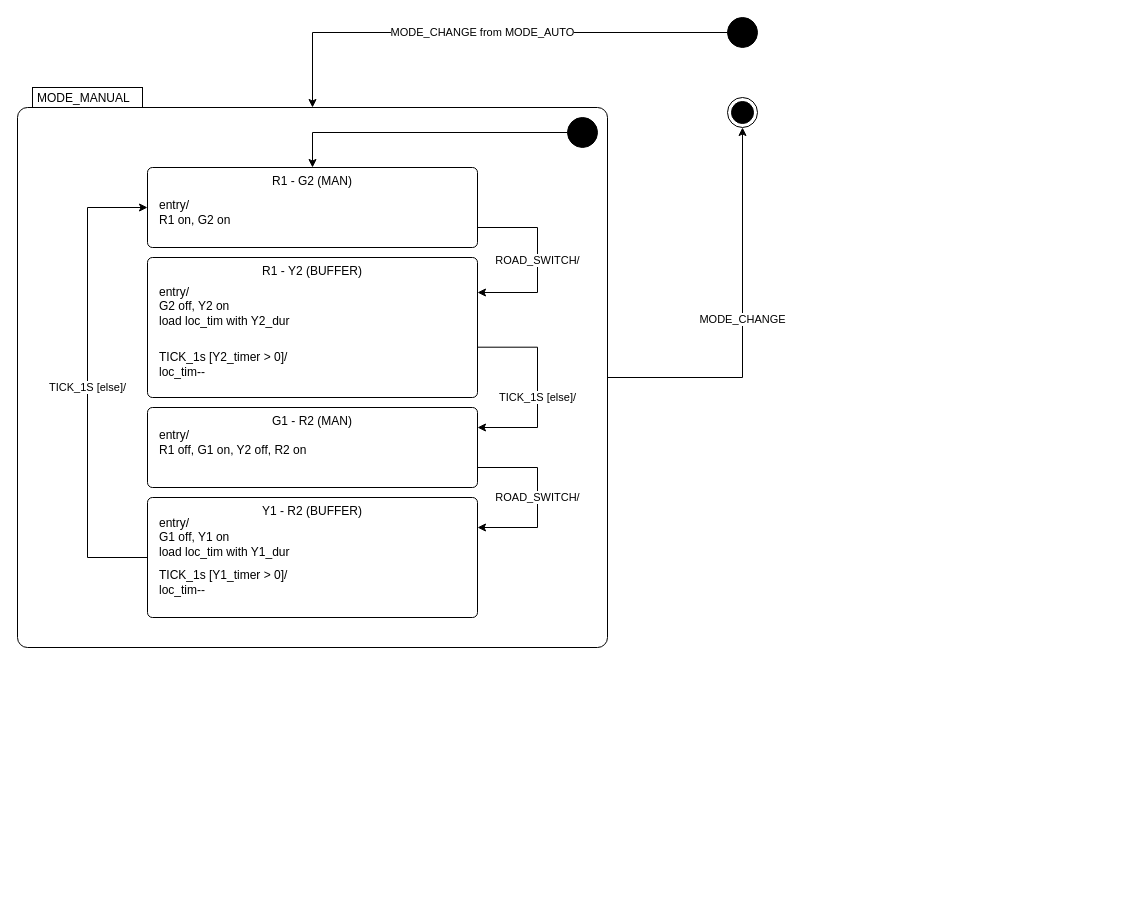
Above: page "fsm_manual_uml" (5 of 7) of Drafts/traffic_fsm.drawio in trananhtuhcmut/traffic_light_mcmp-assignment (draw.io), before the change. Source tidied: cells renumbered, new cells numbered last; positions are measured from the earlier drawing's top-left corner, leaving out a move shared by most shapes. Both pictures are drawn from the tidied source at 100%, with x=0, y=0 at pixel (17, 17).
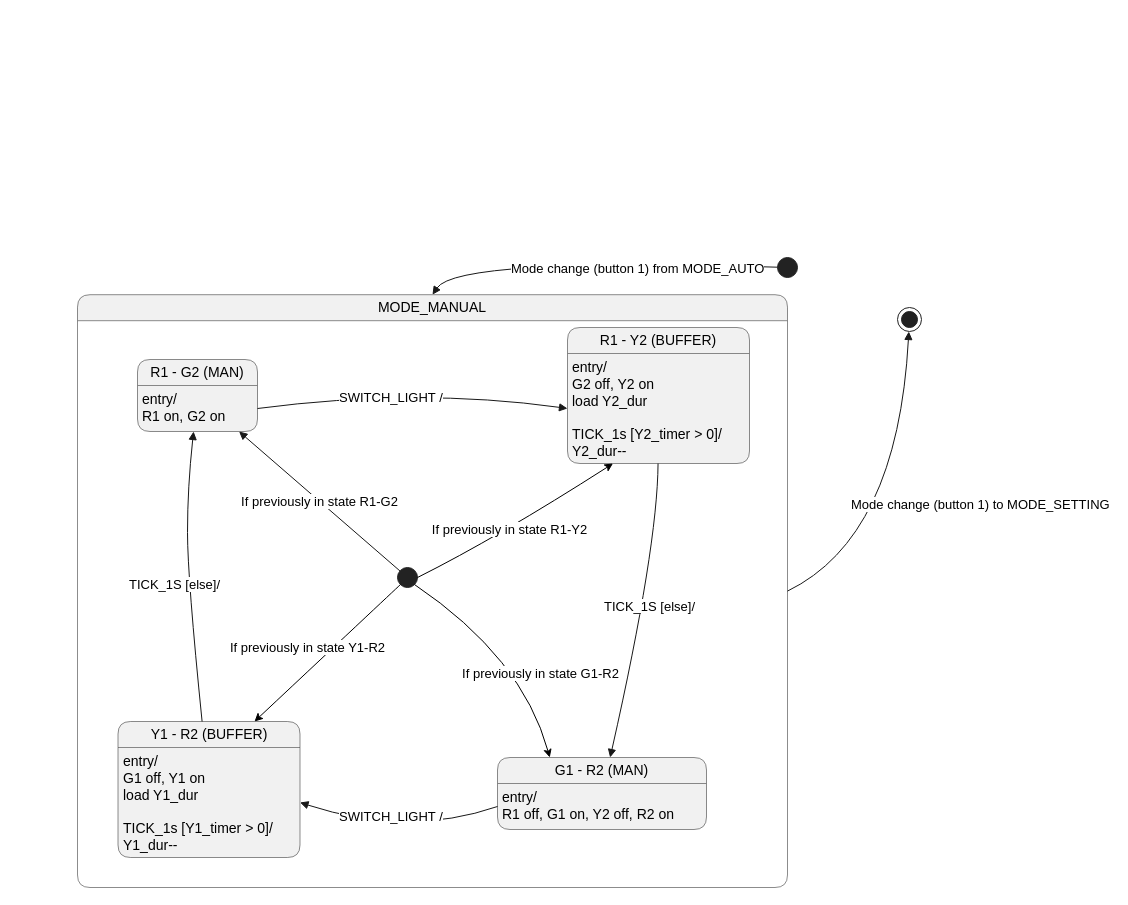
Above is the later version.

Change to the diagram source:
```diff
@@
-    <mxCell id="2" value="MODE_CHANGE" style="edgeStyle=orthogonalEdgeStyle;rounded=0;jettySize=auto;html=1;exitX=1;exitY=0.5;exitDx=0;exitDy=10;exitPerimeter=0;entryX=0.5;entryY=1;entryDx=0;entryDy=0;defaultLabelBackgroundColor=page;" parent="1" edge="1" source="3" target="11">
-      <mxGeometry relative="1" as="geometry" />
-    </mxCell>
+    <mxCell id="25" style="group;transparentBounds=1;editIcon=1;lockedGroup=0;groupPadding=10;" parent="1" vertex="1">
+      <mxGeometry x="200" y="170" as="geometry" />
+    </mxCell>
+    <mxCell id="26" style="ellipse;fillColor=#222222;strokeColor=#222222;" parent="25" vertex="1">
+      <mxGeometry x="560" y="70" width="20" height="20" as="geometry" />
+    </mxCell>
-    <mxCell id="3" value="MODE_MANUAL" style="shape=mxgraph.sysml.compState;html=1;align=left;verticalAlign=top;spacingTop=-3;spacingLeft=18;" parent="1" vertex="1">
-      <mxGeometry y="70" width="590" height="560" as="geometry" />
+    <mxCell id="3" value="MODE_MANUAL" style="swimlane;startSize=26;fillColor=#F1F1F1;swimlaneFillColor=#FFFFFF;strokeColor=#181818;strokeWidth=0.5;rounded=1;absoluteArcSize=1;arcSize=25;whiteSpace=wrap;align=center;html=1;fontSize=14;fontStyle=0;" parent="25" vertex="1">
+      <mxGeometry x="-140" y="107.2" width="710" height="592.8" as="geometry" />
     </mxCell>
-    <mxCell id="4" value="ROAD_SWITCH/" style="edgeStyle=orthogonalEdgeStyle;rounded=0;jettySize=auto;html=1;exitX=1;exitY=0.75;exitDx=0;exitDy=0;entryX=1;entryY=0.25;entryDx=0;entryDy=0;defaultLabelBackgroundColor=page;" parent="1" edge="1" source="21" target="14">
-      <mxGeometry x="0.01" relative="1" as="geometry">
-        <Array as="points">
-          <mxPoint x="520" y="210.3" />
-          <mxPoint x="520" y="274.9" />
-        </Array>
-      </mxGeometry>
-    </mxCell>
-    <mxCell id="5" value="ROAD_SWITCH/" style="edgeStyle=orthogonalEdgeStyle;rounded=0;jettySize=auto;html=1;exitX=1;exitY=0.75;exitDx=0;exitDy=0;entryX=1;entryY=0.25;entryDx=0;entryDy=0;defaultLabelBackgroundColor=page;" parent="1" edge="1" source="23" target="18">
-      <mxGeometry relative="1" as="geometry">
-        <Array as="points">
-          <mxPoint x="520" y="449.9" />
-          <mxPoint x="520" y="510.3" />
-        </Array>
-      </mxGeometry>
-    </mxCell>
-    <mxCell id="6" value="TICK_1S [else]/" style="edgeStyle=orthogonalEdgeStyle;rounded=0;jettySize=auto;html=1;exitX=1;exitY=0.75;exitDx=0;exitDy=0;entryX=1;entryY=0.25;entryDx=0;entryDy=0;defaultLabelBackgroundColor=page;" parent="1" edge="1" source="14" target="23">
-      <mxGeometry x="0.17" relative="1" as="geometry">
-        <Array as="points">
-          <mxPoint x="460" y="329.7" />
-          <mxPoint x="520" y="329.7" />
-          <mxPoint x="520" y="410" />
-        </Array>
-      </mxGeometry>
-    </mxCell>
-    <mxCell id="7" value="TICK_1S [else]/" style="edgeStyle=orthogonalEdgeStyle;rounded=0;jettySize=auto;html=1;exitX=0;exitY=0.5;exitDx=0;exitDy=0;entryX=0;entryY=0.5;entryDx=0;entryDy=0;defaultLabelBackgroundColor=page;" parent="1" edge="1" source="18" target="21">
-      <mxGeometry x="-0.02" relative="1" as="geometry">
-        <Array as="points">
-          <mxPoint x="70" y="540" />
-          <mxPoint x="70" y="190" />
-        </Array>
-      </mxGeometry>
-    </mxCell>
-    <mxCell id="8" style="edgeStyle=orthogonalEdgeStyle;rounded=0;jettySize=auto;html=1;exitX=0;exitY=0.5;exitDx=0;exitDy=0;entryX=0.5;entryY=0;entryDx=0;entryDy=0;defaultLabelBackgroundColor=page;" parent="1" edge="1" source="9" target="21">
-      <mxGeometry relative="1" as="geometry" />
-    </mxCell>
-    <mxCell id="9" style="ellipse;fillColor=strokeColor;html=1;" parent="1" vertex="1">
-      <mxGeometry x="550" y="100" width="30" height="30" as="geometry" />
-    </mxCell>
-    <mxCell id="10" style="ellipse;fillColor=strokeColor;html=1;" parent="1" vertex="1">
-      <mxGeometry x="710" width="30" height="30" as="geometry" />
-    </mxCell>
-    <mxCell id="11" style="ellipse;html=1;shape=endState;fillColor=strokeColor;" parent="1" vertex="1">
-      <mxGeometry x="710" y="80" width="30" height="30" as="geometry" />
-    </mxCell>
-    <mxCell id="12" value="MODE_CHANGE from MODE_AUTO" style="edgeStyle=orthogonalEdgeStyle;rounded=0;jettySize=auto;html=1;exitX=0;exitY=0.5;exitDx=0;exitDy=0;entryX=0.5;entryY=0;entryDx=0;entryDy=20;entryPerimeter=0;defaultLabelBackgroundColor=page;" parent="1" edge="1" source="10" target="3">
-      <mxGeometry relative="1" as="geometry" />
-    </mxCell>
-    <mxCell id="13" style="group;" parent="1" vertex="1">
-      <mxGeometry x="130" y="240" width="330" height="140" as="geometry" />
-    </mxCell>
-    <mxCell id="14" value="R1 - Y2 (BUFFER)" style="html=1;align=center;verticalAlign=top;rounded=1;absoluteArcSize=1;arcSize=10;dashed=0;whiteSpace=wrap;" parent="13" vertex="1">
-      <mxGeometry width="330" height="140" as="geometry" />
-    </mxCell>
-    <mxCell id="15" value="TICK_1s [Y2_timer &amp;gt; 0]/&lt;div&gt;loc_tim--&lt;/div&gt;" style="text;html=1;whiteSpace=wrap;strokeColor=none;fillColor=none;align=left;verticalAlign=middle;rounded=0;" parent="13" vertex="1">
-      <mxGeometry x="10" y="78.3" width="160" height="58.3" as="geometry" />
-    </mxCell>
-    <mxCell id="16" value="entry/&lt;div&gt;G2 off, Y2 on&lt;/div&gt;&lt;div&gt;load loc_tim with Y2_dur&lt;/div&gt;" style="text;html=1;whiteSpace=wrap;strokeColor=none;fillColor=none;align=left;verticalAlign=middle;rounded=0;" parent="13" vertex="1">
-      <mxGeometry x="10" y="20" width="170" height="58.3" as="geometry" />
-    </mxCell>
-    <mxCell id="17" style="group;" parent="1" vertex="1">
-      <mxGeometry x="130" y="480" width="330" height="120" as="geometry" />
-    </mxCell>
-    <mxCell id="18" value="Y1 - R2 (BUFFER)" style="html=1;align=center;verticalAlign=top;rounded=1;absoluteArcSize=1;arcSize=10;dashed=0;whiteSpace=wrap;" parent="17" vertex="1">
-      <mxGeometry width="330" height="120" as="geometry" />
-    </mxCell>
-    <mxCell id="19" value="TICK_1s [Y1_timer &amp;gt; 0]/&lt;div&gt;loc_tim--&lt;/div&gt;" style="text;html=1;whiteSpace=wrap;strokeColor=none;fillColor=none;align=left;verticalAlign=middle;rounded=0;" parent="17" vertex="1">
-      <mxGeometry x="10" y="70" width="250" height="30" as="geometry" />
-    </mxCell>
-    <mxCell id="20" value="entry/&lt;div&gt;G1 off, Y1 on&lt;/div&gt;&lt;div&gt;load loc_tim with Y1_dur&lt;/div&gt;" style="text;html=1;whiteSpace=wrap;strokeColor=none;fillColor=none;align=left;verticalAlign=middle;rounded=0;" parent="17" vertex="1">
-      <mxGeometry x="10" y="20" width="250" height="40" as="geometry" />
-    </mxCell>
-    <mxCell id="21" value="R1 - G2 (MAN)" style="html=1;align=center;verticalAlign=top;rounded=1;absoluteArcSize=1;arcSize=10;dashed=0;whiteSpace=wrap;" parent="1" vertex="1">
-      <mxGeometry x="130" y="150" width="330" height="80" as="geometry" />
+    <mxCell id="21" value="R1 - G2 (MAN)" style="swimlane;startSize=26;whiteSpace=wrap;align=center;html=1;fontSize=14;fontStyle=0;rounded=1;absoluteArcSize=1;arcSize=25;fillColor=#F1F1F1;swimlaneFillColor=#F1F1F1;strokeColor=#181818;strokeWidth=0.5;" parent="3" vertex="1">
+      <mxGeometry x="60" y="64.8" width="120" height="72" as="geometry" />
     </mxCell>
-    <mxCell id="22" value="entry/&lt;div&gt;R1 on, G2 on&lt;/div&gt;" style="text;html=1;whiteSpace=wrap;strokeColor=none;fillColor=none;align=left;verticalAlign=middle;rounded=0;" parent="1" vertex="1">
-      <mxGeometry x="140" y="170" width="170" height="50" as="geometry" />
+    <mxCell id="22" value="entry/&#10;R1 on, G2 on" style="text;align=left;verticalAlign=top;spacingLeft=3;spacingTop=-1;whiteSpace=wrap;fillColor=none;strokeColor=none;html=1;fontSize=14;" parent="21" vertex="1">
+      <mxGeometry y="26" width="120" height="46" as="geometry" />
     </mxCell>
+    <mxCell id="14" value="R1 - Y2 (BUFFER)" style="swimlane;startSize=26;whiteSpace=wrap;align=center;html=1;fontSize=14;fontStyle=0;rounded=1;absoluteArcSize=1;arcSize=25;fillColor=#F1F1F1;swimlaneFillColor=#F1F1F1;strokeColor=#181818;strokeWidth=0.5;" parent="3" vertex="1">
+      <mxGeometry x="490" y="32.8" width="182" height="136" as="geometry" />
+    </mxCell>
+    <mxCell id="27" value="entry/&#10;G2 off, Y2 on&#10;load Y2_dur&#10;&#10;TICK_1s [Y2_timer &amp;gt; 0]/&#10;Y2_dur--" style="text;align=left;verticalAlign=top;spacingLeft=3;spacingTop=-1;whiteSpace=wrap;fillColor=none;strokeColor=none;html=1;fontSize=14;" parent="14" vertex="1">
+      <mxGeometry y="26" width="182" height="110" as="geometry" />
+    </mxCell>
-    <mxCell id="23" value="G1 - R2 (MAN)" style="html=1;align=center;verticalAlign=top;rounded=1;absoluteArcSize=1;arcSize=10;dashed=0;whiteSpace=wrap;" parent="1" vertex="1">
-      <mxGeometry x="130" y="390" width="330" height="80" as="geometry" />
+    <mxCell id="23" value="G1 - R2 (MAN)" style="swimlane;startSize=26;whiteSpace=wrap;align=center;html=1;fontSize=14;fontStyle=0;rounded=1;absoluteArcSize=1;arcSize=25;fillColor=#F1F1F1;swimlaneFillColor=#F1F1F1;strokeColor=#181818;strokeWidth=0.5;" parent="3" vertex="1">
+      <mxGeometry x="420" y="462.8" width="209" height="72" as="geometry" />
     </mxCell>
-    <mxCell id="24" value="entry/&lt;div&gt;R1 off, G1 on, Y2 off, R2 on&lt;/div&gt;" style="text;html=1;whiteSpace=wrap;strokeColor=none;fillColor=none;align=left;verticalAlign=middle;rounded=0;" parent="1" vertex="1">
-      <mxGeometry x="140" y="410" width="160" height="30" as="geometry" />
+    <mxCell id="24" value="entry/&#10;R1 off, G1 on, Y2 off, R2 on" style="text;align=left;verticalAlign=top;spacingLeft=3;spacingTop=-1;whiteSpace=wrap;fillColor=none;strokeColor=none;html=1;fontSize=14;" parent="23" vertex="1">
+      <mxGeometry y="26" width="209" height="46" as="geometry" />
     </mxCell>
+    <mxCell id="18" value="Y1 - R2 (BUFFER)" style="swimlane;startSize=26;whiteSpace=wrap;align=center;html=1;fontSize=14;fontStyle=0;rounded=1;absoluteArcSize=1;arcSize=25;fillColor=#F1F1F1;swimlaneFillColor=#F1F1F1;strokeColor=#181818;strokeWidth=0.5;" parent="3" vertex="1">
+      <mxGeometry x="40.5" y="426.8" width="182" height="136" as="geometry" />
+    </mxCell>
+    <mxCell id="28" value="entry/&#10;G1 off, Y1 on&#10;load Y1_dur&#10;&#10;TICK_1s [Y1_timer &amp;gt; 0]/&#10;Y1_dur--" style="text;align=left;verticalAlign=top;spacingLeft=3;spacingTop=-1;whiteSpace=wrap;fillColor=none;strokeColor=none;html=1;fontSize=14;" parent="18" vertex="1">
+      <mxGeometry y="26" width="182" height="110" as="geometry" />
+    </mxCell>
+    <mxCell id="29" style="ellipse;fillColor=#222222;strokeColor=#222222;" parent="3" vertex="1">
+      <mxGeometry x="320" y="272.8" width="20" height="20" as="geometry" />
+    </mxCell>
+    <mxCell id="30" value="If previously in state R1-G2" style="endArrow=block;endFill=1;strokeColor=#181818;fontColor=#000000;fontSize=13;html=1;rounded=0;curved=0;endSize=6;sourcePerimeterSpacing=0;targetPerimeterSpacing=0;" parent="3" edge="1" source="29" target="21">
+      <mxGeometry relative="1" as="geometry" />
+    </mxCell>
+    <mxCell id="31" value="SWITCH_LIGHT /" style="endArrow=block;endFill=1;strokeColor=#181818;fontColor=#000000;fontSize=13;html=1;rounded=0;labelPosition=right;align=left;curved=1;endSize=6;sourcePerimeterSpacing=0;targetPerimeterSpacing=0;exitX=1;exitY=0.5;exitDx=0;exitDy=0;entryX=0;entryY=0.5;entryDx=0;entryDy=0;" parent="3" edge="1" source="22" target="27">
+      <mxGeometry x="-0.48" relative="1" as="geometry">
+        <Array as="points">
+          <mxPoint x="340" y="92.8" />
+        </Array>
+      </mxGeometry>
+    </mxCell>
+    <mxCell id="7" value="TICK_1S [else]/" style="endArrow=block;endFill=1;strokeColor=#181818;fontColor=#000000;fontSize=13;html=1;rounded=0;labelPosition=right;align=left;curved=1;endSize=6;sourcePerimeterSpacing=0;targetPerimeterSpacing=0;" parent="3" edge="1" source="18" target="21">
+      <mxGeometry x="-0.01" y="60" relative="1" as="geometry">
+        <Array as="points">
+          <mxPoint x="110" y="282.8" />
+          <mxPoint x="110" y="192.8" />
+        </Array>
+      </mxGeometry>
+    </mxCell>
+    <mxCell id="6" value="TICK_1S [else]/" style="endArrow=block;endFill=1;strokeColor=#181818;fontColor=#000000;fontSize=13;html=1;rounded=0;labelPosition=right;align=left;curved=1;endSize=6;sourcePerimeterSpacing=0;targetPerimeterSpacing=0;" parent="3" edge="1" source="14" target="23">
+      <mxGeometry x="0.03" y="-41" relative="1" as="geometry">
+        <Array as="points">
+          <mxPoint x="580" y="252.8" />
+        </Array>
+      </mxGeometry>
+    </mxCell>
+    <mxCell id="32" value="SWITCH_LIGHT /" style="endArrow=block;endFill=1;strokeColor=#181818;fontColor=#000000;fontSize=13;html=1;rounded=0;labelPosition=right;align=left;curved=1;endSize=6;sourcePerimeterSpacing=0;targetPerimeterSpacing=0;exitX=0;exitY=0.5;exitDx=0;exitDy=0;entryX=1;entryY=0.5;entryDx=0;entryDy=0;" parent="3" edge="1" source="24" target="28">
+      <mxGeometry x="0.61" y="2" relative="1" as="geometry">
+        <Array as="points">
+          <mxPoint x="330" y="542.8" />
+        </Array>
+      </mxGeometry>
+    </mxCell>
+    <mxCell id="33" value="&lt;font style=&quot;font-size: 13px;&quot;&gt;If previously in state R1-Y2&lt;/font&gt;" style="curved=1;curveGeometry=1;endArrow=classic;html=1;rounded=0;defaultLabelBackgroundColor=page;exitX=1;exitY=0.5;exitDx=0;exitDy=0;entryX=0.25;entryY=1;entryDx=0;entryDy=0;labelPadding=0 4;" parent="3" edge="1" source="29" target="27">
+      <mxGeometry x="-0.08" relative="1" as="geometry">
+        <Array as="points">
+          <mxPoint x="420" y="242.8" />
+        </Array>
+      </mxGeometry>
+    </mxCell>
+    <mxCell id="34" value="&lt;font style=&quot;font-size: 13px;&quot;&gt;If previously in state Y1-R2&lt;/font&gt;" style="curved=1;curveGeometry=1;endArrow=classic;html=1;rounded=0;defaultLabelBackgroundColor=page;exitX=0;exitY=1;exitDx=0;exitDy=0;entryX=0.75;entryY=0;entryDx=0;entryDy=0;labelPadding=0 4;" parent="3" edge="1" source="29" target="18">
+      <mxGeometry x="0.11" y="-18" relative="1" as="geometry" />
+    </mxCell>
+    <mxCell id="35" value="&lt;font style=&quot;font-size: 13px;&quot;&gt;If previously in state G1-R2&lt;/font&gt;" style="curved=1;curveGeometry=1;endArrow=classic;html=1;rounded=0;defaultLabelBackgroundColor=page;exitX=1;exitY=1;exitDx=0;exitDy=0;entryX=0.25;entryY=0;entryDx=0;entryDy=0;labelPadding=0 4;" parent="3" edge="1" source="29" target="23">
+      <mxGeometry x="0.28" y="13" relative="1" as="geometry">
+        <Array as="points">
+          <mxPoint x="445" y="362.8" />
+        </Array>
+      </mxGeometry>
+    </mxCell>
+    <mxCell id="36" style="shape=endState;fillColor=#222222;strokeColor=#222222;" parent="25" vertex="1">
+      <mxGeometry x="680" y="120" width="24" height="24" as="geometry" />
+    </mxCell>
+    <mxCell id="37" value="Mode change (button 1) from MODE_AUTO" style="endArrow=block;endFill=1;strokeColor=#181818;fontColor=#000000;fontSize=13;html=1;rounded=0;labelPosition=right;align=left;curved=1;endSize=6;sourcePerimeterSpacing=0;targetPerimeterSpacing=0;entryX=0.5;entryY=0;entryDx=0;entryDy=0;" parent="25" edge="1" source="26" target="3">
+      <mxGeometry x="0.47" y="9" relative="1" as="geometry">
+        <Array as="points">
+          <mxPoint x="240" y="70" />
+        </Array>
+      </mxGeometry>
+    </mxCell>
+    <mxCell id="38" value="Mode change (button 1) to MODE_SETTING" style="endArrow=block;endFill=1;strokeColor=#181818;fontColor=#000000;fontSize=13;html=1;rounded=0;labelPosition=right;align=left;curved=1;endSize=6;sourcePerimeterSpacing=0;targetPerimeterSpacing=0;exitX=1;exitY=0.5;exitDx=0;exitDy=0;" parent="25" edge="1" source="3" target="36">
+      <mxGeometry x="-0.07" y="51" relative="1" as="geometry">
+        <Array as="points">
+          <mxPoint x="680" y="350" />
+        </Array>
+        <mxPoint x="1" as="offset" />
+      </mxGeometry>
+    </mxCell>
```
